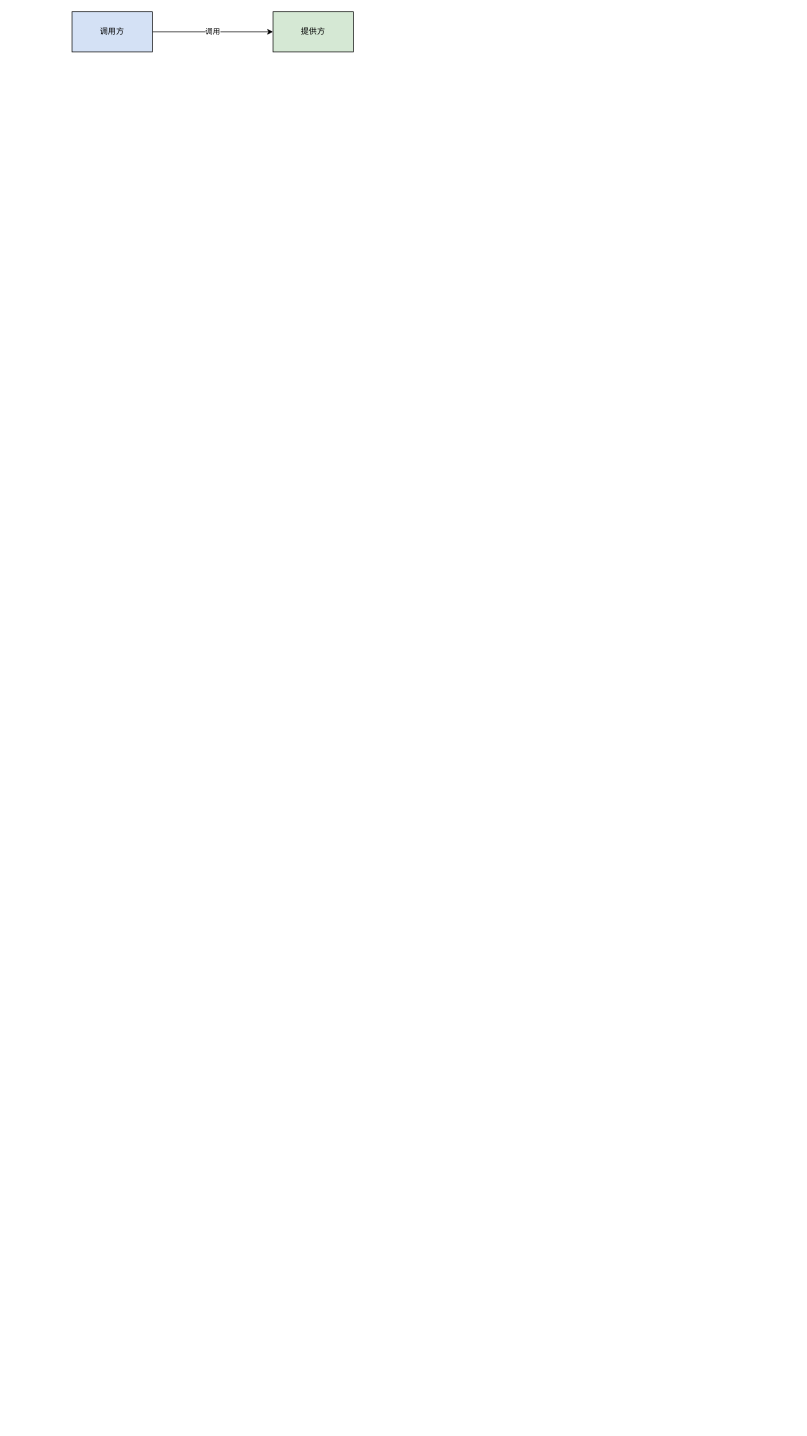
This is All.drawio from RainbowJier/RainbowRPC, a draw.io file, before an edit. Source tidied: cells renumbered, new cells numbered last; positions are measured from the earlier drawing's top-left corner, leaving out a move shared by most shapes. Both pictures are drawn from the tidied source at 67%, with x=0, y=0 at pixel (72, 11).
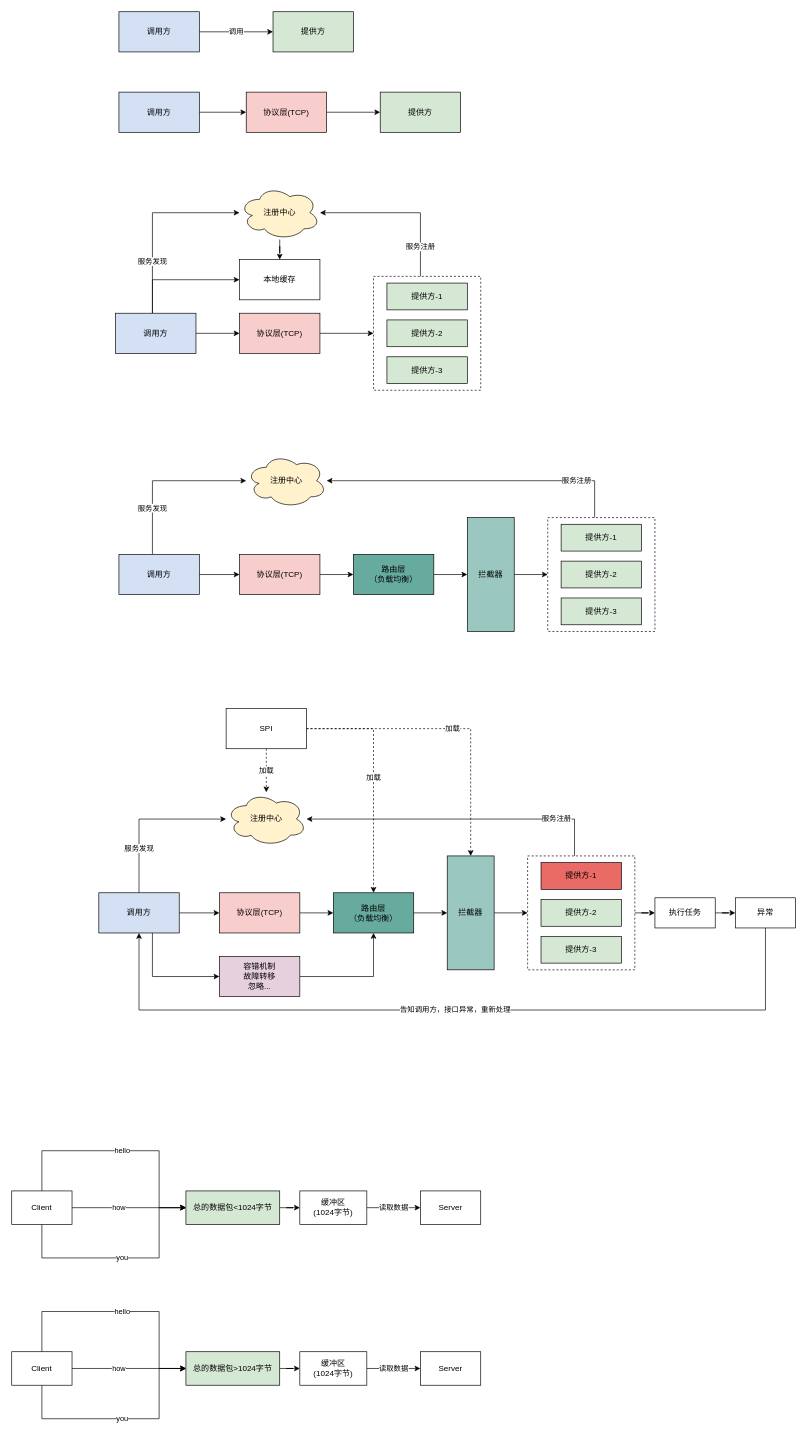
The same page after the edit.

Diff of the diagram source:
```diff
@@
     <mxCell id="3" value="调用方" style="rounded=0;whiteSpace=wrap;html=1;fillColor=#D4E1F5;" parent="1" vertex="1">
-      <mxGeometry width="120" height="60" as="geometry" />
+      <mxGeometry x="70" width="120" height="60" as="geometry" />
     </mxCell>
@@
+    <mxCell id="5" style="edgeStyle=orthogonalEdgeStyle;rounded=0;jettySize=auto;html=1;" parent="1" edge="1" source="6" target="8">
+      <mxGeometry relative="1" as="geometry" />
+    </mxCell>
+    <mxCell id="6" value="调用方" style="rounded=0;whiteSpace=wrap;html=1;fillColor=#D4E1F5;" parent="1" vertex="1">
+      <mxGeometry x="70" y="120" width="120" height="60" as="geometry" />
+    </mxCell>
+    <mxCell id="7" style="edgeStyle=orthogonalEdgeStyle;rounded=0;jettySize=auto;html=1;" parent="1" edge="1" source="8" target="9">
+      <mxGeometry relative="1" as="geometry" />
+    </mxCell>
+    <mxCell id="8" value="协议层(TCP)" style="rounded=0;whiteSpace=wrap;html=1;fillColor=#F8CECC;" parent="1" vertex="1">
+      <mxGeometry x="260" y="120" width="120" height="60" as="geometry" />
+    </mxCell>
+    <mxCell id="9" value="提供方" style="rounded=0;whiteSpace=wrap;html=1;fillColor=#D5E8D4;" parent="1" vertex="1">
+      <mxGeometry x="460" y="120" width="120" height="60" as="geometry" />
+    </mxCell>
+    <mxCell id="10" style="edgeStyle=orthogonalEdgeStyle;rounded=0;jettySize=auto;html=1;" parent="1" edge="1" source="13" target="15">
+      <mxGeometry relative="1" as="geometry" />
+    </mxCell>
+    <mxCell id="11" value="服务发现" style="edgeStyle=orthogonalEdgeStyle;rounded=0;jettySize=auto;html=1;" parent="1" edge="1" source="13" target="17">
+      <mxGeometry x="-0.45" relative="1" as="geometry">
+        <Array as="points">
+          <mxPoint x="120" y="300" />
+        </Array>
+      </mxGeometry>
+    </mxCell>
+    <mxCell id="12" style="edgeStyle=orthogonalEdgeStyle;rounded=0;jettySize=auto;html=1;" parent="1" edge="1" source="13" target="18">
+      <mxGeometry relative="1" as="geometry">
+        <Array as="points">
+          <mxPoint x="120" y="400" />
+        </Array>
+      </mxGeometry>
+    </mxCell>
+    <mxCell id="13" value="调用方" style="rounded=0;whiteSpace=wrap;html=1;fillColor=#D4E1F5;" parent="1" vertex="1">
+      <mxGeometry x="65" y="450" width="120" height="60" as="geometry" />
+    </mxCell>
+    <mxCell id="14" style="edgeStyle=orthogonalEdgeStyle;rounded=0;jettySize=auto;html=1;" parent="1" edge="1" source="15" target="21">
+      <mxGeometry relative="1" as="geometry" />
+    </mxCell>
+    <mxCell id="15" value="协议层(TCP)" style="rounded=0;whiteSpace=wrap;html=1;fillColor=#F8CECC;" parent="1" vertex="1">
+      <mxGeometry x="250" y="450" width="120" height="60" as="geometry" />
+    </mxCell>
+    <mxCell id="16" style="edgeStyle=orthogonalEdgeStyle;rounded=0;jettySize=auto;html=1;" parent="1" edge="1" source="17" target="18">
+      <mxGeometry relative="1" as="geometry" />
+    </mxCell>
+    <mxCell id="17" value="注册中心" style="ellipse;shape=cloud;whiteSpace=wrap;html=1;fillColor=#FFF2CC;" parent="1" vertex="1">
+      <mxGeometry x="250" y="260" width="120" height="80" as="geometry" />
+    </mxCell>
+    <mxCell id="18" value="本地缓存" style="rounded=0;whiteSpace=wrap;html=1;" parent="1" vertex="1">
+      <mxGeometry x="250" y="370" width="120" height="60" as="geometry" />
+    </mxCell>
+    <mxCell id="19" value="服务注册" style="edgeStyle=orthogonalEdgeStyle;rounded=0;jettySize=auto;html=1;" parent="1" edge="1" source="21" target="17">
+      <mxGeometry x="-0.64" relative="1" as="geometry">
+        <Array as="points">
+          <mxPoint x="520" y="300" />
+        </Array>
+      </mxGeometry>
+    </mxCell>
+    <mxCell id="20" style="group;" parent="1" vertex="1">
+      <mxGeometry x="450" y="395" width="160" height="170" as="geometry" />
+    </mxCell>
+    <mxCell id="21" style="rounded=0;whiteSpace=wrap;html=1;dashed=1;fillColor=none;" parent="20" vertex="1">
+      <mxGeometry width="160" height="170" as="geometry" />
+    </mxCell>
+    <mxCell id="22" value="提供方-1" style="rounded=0;whiteSpace=wrap;html=1;fillColor=#D5E8D4;" parent="20" vertex="1">
+      <mxGeometry x="20" y="10" width="120" height="40" as="geometry" />
+    </mxCell>
+    <mxCell id="23" value="提供方-2" style="rounded=0;whiteSpace=wrap;html=1;fillColor=#D5E8D4;" parent="20" vertex="1">
+      <mxGeometry x="20" y="65" width="120" height="40" as="geometry" />
+    </mxCell>
+    <mxCell id="24" value="提供方-3" style="rounded=0;whiteSpace=wrap;html=1;fillColor=#D5E8D4;" parent="20" vertex="1">
+      <mxGeometry x="20" y="120" width="120" height="40" as="geometry" />
+    </mxCell>
+    <mxCell id="25" style="edgeStyle=orthogonalEdgeStyle;rounded=0;jettySize=auto;html=1;" parent="1" edge="1" source="27" target="29">
+      <mxGeometry relative="1" as="geometry" />
+    </mxCell>
+    <mxCell id="26" value="服务发现" style="edgeStyle=orthogonalEdgeStyle;rounded=0;jettySize=auto;html=1;" parent="1" edge="1" source="27" target="30">
+      <mxGeometry x="-0.45" relative="1" as="geometry">
+        <Array as="points">
+          <mxPoint x="120" y="700" />
+        </Array>
+      </mxGeometry>
+    </mxCell>
+    <mxCell id="27" value="调用方" style="rounded=0;whiteSpace=wrap;html=1;fillColor=#D4E1F5;" parent="1" vertex="1">
+      <mxGeometry x="70" y="810" width="120" height="60" as="geometry" />
+    </mxCell>
+    <mxCell id="28" style="edgeStyle=orthogonalEdgeStyle;rounded=0;jettySize=auto;html=1;" parent="1" edge="1" source="29" target="38">
+      <mxGeometry relative="1" as="geometry" />
+    </mxCell>
+    <mxCell id="29" value="协议层(TCP)" style="rounded=0;whiteSpace=wrap;html=1;fillColor=#F8CECC;" parent="1" vertex="1">
+      <mxGeometry x="250" y="810" width="120" height="60" as="geometry" />
+    </mxCell>
+    <mxCell id="30" value="注册中心" style="ellipse;shape=cloud;whiteSpace=wrap;html=1;fillColor=#FFF2CC;" parent="1" vertex="1">
+      <mxGeometry x="260" y="660" width="120" height="80" as="geometry" />
+    </mxCell>
+    <mxCell id="31" value="服务注册" style="edgeStyle=orthogonalEdgeStyle;rounded=0;jettySize=auto;html=1;" parent="1" edge="1" source="33" target="30">
+      <mxGeometry x="-0.64" relative="1" as="geometry">
+        <Array as="points">
+          <mxPoint x="780" y="700" />
+        </Array>
+      </mxGeometry>
+    </mxCell>
+    <mxCell id="32" style="group;" parent="1" vertex="1">
+      <mxGeometry x="710" y="755" width="160" height="170" as="geometry" />
+    </mxCell>
+    <mxCell id="33" style="rounded=0;whiteSpace=wrap;html=1;dashed=1;fillColor=none;" parent="32" vertex="1">
+      <mxGeometry width="160" height="170" as="geometry" />
+    </mxCell>
+    <mxCell id="34" value="提供方-1" style="rounded=0;whiteSpace=wrap;html=1;fillColor=#D5E8D4;" parent="32" vertex="1">
+      <mxGeometry x="20" y="10" width="120" height="40" as="geometry" />
+    </mxCell>
+    <mxCell id="35" value="提供方-2" style="rounded=0;whiteSpace=wrap;html=1;fillColor=#D5E8D4;" parent="32" vertex="1">
+      <mxGeometry x="20" y="65" width="120" height="40" as="geometry" />
+    </mxCell>
+    <mxCell id="36" value="提供方-3" style="rounded=0;whiteSpace=wrap;html=1;fillColor=#D5E8D4;" parent="32" vertex="1">
+      <mxGeometry x="20" y="120" width="120" height="40" as="geometry" />
+    </mxCell>
+    <mxCell id="37" style="edgeStyle=orthogonalEdgeStyle;rounded=0;jettySize=auto;html=1;" parent="1" edge="1" source="38" target="40">
+      <mxGeometry relative="1" as="geometry" />
+    </mxCell>
+    <mxCell id="38" value="路由层&lt;br&gt;（负载均衡）" style="rounded=0;whiteSpace=wrap;html=1;fillColor=#67AB9F;" parent="1" vertex="1">
+      <mxGeometry x="420" y="810" width="120" height="60" as="geometry" />
+    </mxCell>
+    <mxCell id="39" style="edgeStyle=orthogonalEdgeStyle;rounded=0;jettySize=auto;html=1;" parent="1" edge="1" source="40" target="33">
+      <mxGeometry relative="1" as="geometry" />
+    </mxCell>
+    <mxCell id="40" value="拦截器" style="rounded=0;whiteSpace=wrap;html=1;fillColor=#9AC7BF;" parent="1" vertex="1">
+      <mxGeometry x="590" y="755" width="70" height="170" as="geometry" />
+    </mxCell>
+    <mxCell id="41" style="edgeStyle=orthogonalEdgeStyle;rounded=0;jettySize=auto;html=1;" parent="1" edge="1" source="44" target="46">
+      <mxGeometry relative="1" as="geometry" />
+    </mxCell>
+    <mxCell id="42" value="服务发现" style="edgeStyle=orthogonalEdgeStyle;rounded=0;jettySize=auto;html=1;" parent="1" edge="1" source="44" target="47">
+      <mxGeometry x="-0.45" relative="1" as="geometry">
+        <Array as="points">
+          <mxPoint x="100" y="1205" />
+        </Array>
+      </mxGeometry>
+    </mxCell>
+    <mxCell id="43" style="edgeStyle=orthogonalEdgeStyle;rounded=0;jettySize=auto;html=1;entryX=0;entryY=0.5;entryDx=0;entryDy=0;" parent="1" edge="1" source="44" target="68">
+      <mxGeometry relative="1" as="geometry">
+        <Array as="points">
+          <mxPoint x="120" y="1440" />
+        </Array>
+      </mxGeometry>
+    </mxCell>
+    <mxCell id="44" value="调用方" style="rounded=0;whiteSpace=wrap;html=1;fillColor=#D4E1F5;" parent="1" vertex="1">
+      <mxGeometry x="40" y="1315" width="120" height="60" as="geometry" />
+    </mxCell>
+    <mxCell id="45" style="edgeStyle=orthogonalEdgeStyle;rounded=0;jettySize=auto;html=1;" parent="1" edge="1" source="46" target="55">
+      <mxGeometry relative="1" as="geometry" />
+    </mxCell>
+    <mxCell id="46" value="协议层(TCP)" style="rounded=0;whiteSpace=wrap;html=1;fillColor=#F8CECC;" parent="1" vertex="1">
+      <mxGeometry x="220" y="1315" width="120" height="60" as="geometry" />
+    </mxCell>
+    <mxCell id="47" value="注册中心" style="ellipse;shape=cloud;whiteSpace=wrap;html=1;fillColor=#FFF2CC;" parent="1" vertex="1">
+      <mxGeometry x="230" y="1165" width="120" height="80" as="geometry" />
+    </mxCell>
+    <mxCell id="48" value="服务注册" style="edgeStyle=orthogonalEdgeStyle;rounded=0;jettySize=auto;html=1;" parent="1" edge="1" source="50" target="47">
+      <mxGeometry x="-0.64" relative="1" as="geometry">
+        <Array as="points">
+          <mxPoint x="750" y="1205" />
+        </Array>
+      </mxGeometry>
+    </mxCell>
+    <mxCell id="49" style="group;" parent="1" vertex="1">
+      <mxGeometry x="680" y="1260" width="160" height="170" as="geometry" />
+    </mxCell>
+    <mxCell id="50" style="rounded=0;whiteSpace=wrap;html=1;dashed=1;fillColor=none;" parent="49" vertex="1">
+      <mxGeometry width="160" height="170" as="geometry" />
+    </mxCell>
+    <mxCell id="51" value="提供方-1" style="rounded=0;whiteSpace=wrap;html=1;fillColor=#EA6B66;" parent="49" vertex="1">
+      <mxGeometry x="20" y="10" width="120" height="40" as="geometry" />
+    </mxCell>
+    <mxCell id="52" value="提供方-2" style="rounded=0;whiteSpace=wrap;html=1;fillColor=#D5E8D4;" parent="49" vertex="1">
+      <mxGeometry x="20" y="65" width="120" height="40" as="geometry" />
+    </mxCell>
+    <mxCell id="53" value="提供方-3" style="rounded=0;whiteSpace=wrap;html=1;fillColor=#D5E8D4;" parent="49" vertex="1">
+      <mxGeometry x="20" y="120" width="120" height="40" as="geometry" />
+    </mxCell>
+    <mxCell id="54" style="edgeStyle=orthogonalEdgeStyle;rounded=0;jettySize=auto;html=1;" parent="1" edge="1" source="55" target="57">
+      <mxGeometry relative="1" as="geometry" />
+    </mxCell>
+    <mxCell id="55" value="路由层&lt;br&gt;（负载均衡）" style="rounded=0;whiteSpace=wrap;html=1;fillColor=#67AB9F;" parent="1" vertex="1">
+      <mxGeometry x="390" y="1315" width="120" height="60" as="geometry" />
+    </mxCell>
+    <mxCell id="56" style="edgeStyle=orthogonalEdgeStyle;rounded=0;jettySize=auto;html=1;" parent="1" edge="1" source="57" target="50">
+      <mxGeometry relative="1" as="geometry" />
+    </mxCell>
+    <mxCell id="57" value="拦截器" style="rounded=0;whiteSpace=wrap;html=1;fillColor=#9AC7BF;" parent="1" vertex="1">
+      <mxGeometry x="560" y="1260" width="70" height="170" as="geometry" />
+    </mxCell>
+    <mxCell id="58" value="加载" style="edgeStyle=orthogonalEdgeStyle;rounded=0;jettySize=auto;html=1;strokeColor=#000000;dashed=1;" parent="1" edge="1" source="61" target="47">
+      <mxGeometry relative="1" as="geometry" />
+    </mxCell>
+    <mxCell id="59" value="加载" style="edgeStyle=orthogonalEdgeStyle;rounded=0;jettySize=auto;html=1;strokeColor=#000000;dashed=1;" parent="1" edge="1" source="61" target="55">
+      <mxGeometry relative="1" as="geometry" />
+    </mxCell>
+    <mxCell id="60" value="加载" style="edgeStyle=orthogonalEdgeStyle;rounded=0;jettySize=auto;html=1;entryX=0.5;entryY=0;entryDx=0;entryDy=0;strokeColor=#000000;dashed=1;" parent="1" edge="1" source="61" target="57">
+      <mxGeometry relative="1" as="geometry" />
+    </mxCell>
+    <mxCell id="61" value="SPI" style="rounded=0;whiteSpace=wrap;html=1;" parent="1" vertex="1">
+      <mxGeometry x="230" y="1040" width="120" height="60" as="geometry" />
+    </mxCell>
+    <mxCell id="62" style="edgeStyle=orthogonalEdgeStyle;rounded=0;jettySize=auto;html=1;" parent="1" edge="1" source="63" target="65">
+      <mxGeometry relative="1" as="geometry" />
+    </mxCell>
+    <mxCell id="63" value="执行任务" style="rounded=0;whiteSpace=wrap;html=1;" parent="1" vertex="1">
+      <mxGeometry x="870" y="1322.5" width="90" height="45" as="geometry" />
+    </mxCell>
+    <mxCell id="64" value="告知调用方，接口异常，重新处理" style="edgeStyle=orthogonalEdgeStyle;rounded=0;jettySize=auto;html=1;entryX=0.5;entryY=1;entryDx=0;entryDy=0;" parent="1" edge="1" source="65" target="44">
+      <mxGeometry relative="1" as="geometry">
+        <Array as="points">
+          <mxPoint x="1035" y="1490" />
+          <mxPoint x="100" y="1490" />
+        </Array>
+      </mxGeometry>
+    </mxCell>
+    <mxCell id="65" value="异常" style="rounded=0;whiteSpace=wrap;html=1;" parent="1" vertex="1">
+      <mxGeometry x="990" y="1322.5" width="90" height="45" as="geometry" />
+    </mxCell>
+    <mxCell id="66" style="edgeStyle=orthogonalEdgeStyle;rounded=0;jettySize=auto;html=1;" parent="1" edge="1" source="50" target="63">
+      <mxGeometry relative="1" as="geometry" />
+    </mxCell>
+    <mxCell id="67" style="edgeStyle=orthogonalEdgeStyle;rounded=0;jettySize=auto;html=1;entryX=0.5;entryY=1;entryDx=0;entryDy=0;" parent="1" edge="1" source="68" target="55">
+      <mxGeometry relative="1" as="geometry" />
+    </mxCell>
+    <mxCell id="68" value="容错机制&lt;div&gt;故障转移&lt;br&gt;忽略...&lt;/div&gt;" style="rounded=0;whiteSpace=wrap;html=1;fillColor=#E6D0DE;" parent="1" vertex="1">
+      <mxGeometry x="220" y="1410" width="120" height="60" as="geometry" />
+    </mxCell>
+    <mxCell id="69" style="edgeStyle=orthogonalEdgeStyle;rounded=0;jettySize=auto;html=1;" parent="1" edge="1" source="70" target="77">
+      <mxGeometry relative="1" as="geometry" />
+    </mxCell>
+    <mxCell id="70" value="总的数据包&amp;lt;1024字节" style="rounded=0;whiteSpace=wrap;html=1;fillColor=#D5E8D4;" parent="1" vertex="1">
+      <mxGeometry x="170" y="1760" width="140" height="50" as="geometry" />
+    </mxCell>
+    <mxCell id="71" value="hello" style="edgeStyle=orthogonalEdgeStyle;rounded=0;jettySize=auto;html=1;entryX=0;entryY=0.5;entryDx=0;entryDy=0;" parent="1" edge="1" source="74" target="70">
+      <mxGeometry relative="1" as="geometry">
+        <Array as="points">
+          <mxPoint x="-45" y="1700" />
+          <mxPoint x="130" y="1700" />
+          <mxPoint x="130" y="1785" />
+        </Array>
+      </mxGeometry>
+    </mxCell>
+    <mxCell id="72" value="how" style="edgeStyle=orthogonalEdgeStyle;rounded=0;jettySize=auto;html=1;entryX=0;entryY=0.5;entryDx=0;entryDy=0;" parent="1" edge="1" source="74" target="70">
+      <mxGeometry x="-0.18" relative="1" as="geometry" />
+    </mxCell>
+    <mxCell id="73" value="you" style="edgeStyle=orthogonalEdgeStyle;rounded=0;jettySize=auto;html=1;entryX=0;entryY=0.5;entryDx=0;entryDy=0;" parent="1" edge="1" source="74" target="70">
+      <mxGeometry relative="1" as="geometry">
+        <Array as="points">
+          <mxPoint x="-45" y="1860" />
+          <mxPoint x="130" y="1860" />
+          <mxPoint x="130" y="1785" />
+        </Array>
+      </mxGeometry>
+    </mxCell>
+    <mxCell id="74" value="Client" style="rounded=0;whiteSpace=wrap;html=1;" parent="1" vertex="1">
+      <mxGeometry x="-90" y="1760" width="90" height="50" as="geometry" />
+    </mxCell>
+    <mxCell id="75" value="Server" style="rounded=0;whiteSpace=wrap;html=1;" parent="1" vertex="1">
+      <mxGeometry x="520" y="1760" width="90" height="50" as="geometry" />
+    </mxCell>
+    <mxCell id="76" value="读取数据" style="edgeStyle=orthogonalEdgeStyle;rounded=0;jettySize=auto;html=1;" parent="1" edge="1" source="77" target="75">
+      <mxGeometry relative="1" as="geometry" />
+    </mxCell>
+    <mxCell id="77" value="缓冲区&lt;br&gt;(1024字节)" style="rounded=0;whiteSpace=wrap;html=1;" parent="1" vertex="1">
+      <mxGeometry x="340" y="1760" width="100" height="50" as="geometry" />
+    </mxCell>
+    <mxCell id="78" style="edgeStyle=orthogonalEdgeStyle;rounded=0;jettySize=auto;html=1;" parent="1" edge="1" source="79" target="86">
+      <mxGeometry relative="1" as="geometry" />
+    </mxCell>
+    <mxCell id="79" value="总的数据包&amp;gt;1024字节" style="rounded=0;whiteSpace=wrap;html=1;fillColor=#D5E8D4;" parent="1" vertex="1">
+      <mxGeometry x="170" y="2000" width="140" height="50" as="geometry" />
+    </mxCell>
+    <mxCell id="80" value="hello" style="edgeStyle=orthogonalEdgeStyle;rounded=0;jettySize=auto;html=1;entryX=0;entryY=0.5;entryDx=0;entryDy=0;" parent="1" edge="1" source="83" target="79">
+      <mxGeometry relative="1" as="geometry">
+        <Array as="points">
+          <mxPoint x="-45" y="1940" />
+          <mxPoint x="130" y="1940" />
+          <mxPoint x="130" y="2025" />
+        </Array>
+      </mxGeometry>
+    </mxCell>
+    <mxCell id="81" value="how" style="edgeStyle=orthogonalEdgeStyle;rounded=0;jettySize=auto;html=1;entryX=0;entryY=0.5;entryDx=0;entryDy=0;" parent="1" edge="1" source="83" target="79">
+      <mxGeometry x="-0.18" relative="1" as="geometry" />
+    </mxCell>
+    <mxCell id="82" value="you" style="edgeStyle=orthogonalEdgeStyle;rounded=0;jettySize=auto;html=1;entryX=0;entryY=0.5;entryDx=0;entryDy=0;" parent="1" edge="1" source="83" target="79">
+      <mxGeometry relative="1" as="geometry">
+        <Array as="points">
+          <mxPoint x="-45" y="2100" />
+          <mxPoint x="130" y="2100" />
+          <mxPoint x="130" y="2025" />
+        </Array>
+      </mxGeometry>
+    </mxCell>
+    <mxCell id="83" value="Client" style="rounded=0;whiteSpace=wrap;html=1;" parent="1" vertex="1">
+      <mxGeometry x="-90" y="2000" width="90" height="50" as="geometry" />
+    </mxCell>
+    <mxCell id="84" value="Server" style="rounded=0;whiteSpace=wrap;html=1;" parent="1" vertex="1">
+      <mxGeometry x="520" y="2000" width="90" height="50" as="geometry" />
+    </mxCell>
+    <mxCell id="85" value="读取数据" style="edgeStyle=orthogonalEdgeStyle;rounded=0;jettySize=auto;html=1;" parent="1" edge="1" source="86" target="84">
+      <mxGeometry relative="1" as="geometry" />
+    </mxCell>
+    <mxCell id="86" value="缓冲区&lt;br&gt;(1024字节)" style="rounded=0;whiteSpace=wrap;html=1;" parent="1" vertex="1">
+      <mxGeometry x="340" y="2000" width="100" height="50" as="geometry" />
+    </mxCell>
```
